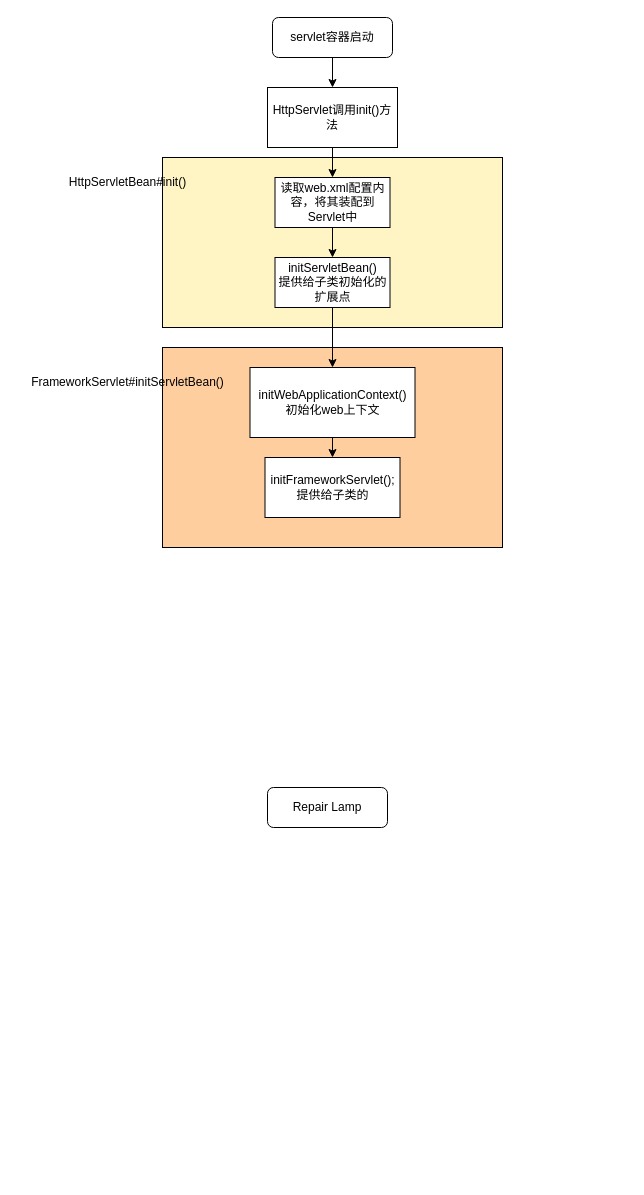
Above: SpringMVC初始化.drawio in chenxiOnEarth/diagram (draw.io), before the change. Source tidied: cells renumbered, new cells numbered last; positions are measured from the earlier drawing's top-left corner, leaving out a move shared by most shapes. Both pictures are drawn from the tidied source at 100%, with x=0, y=0 at pixel (17, 17).
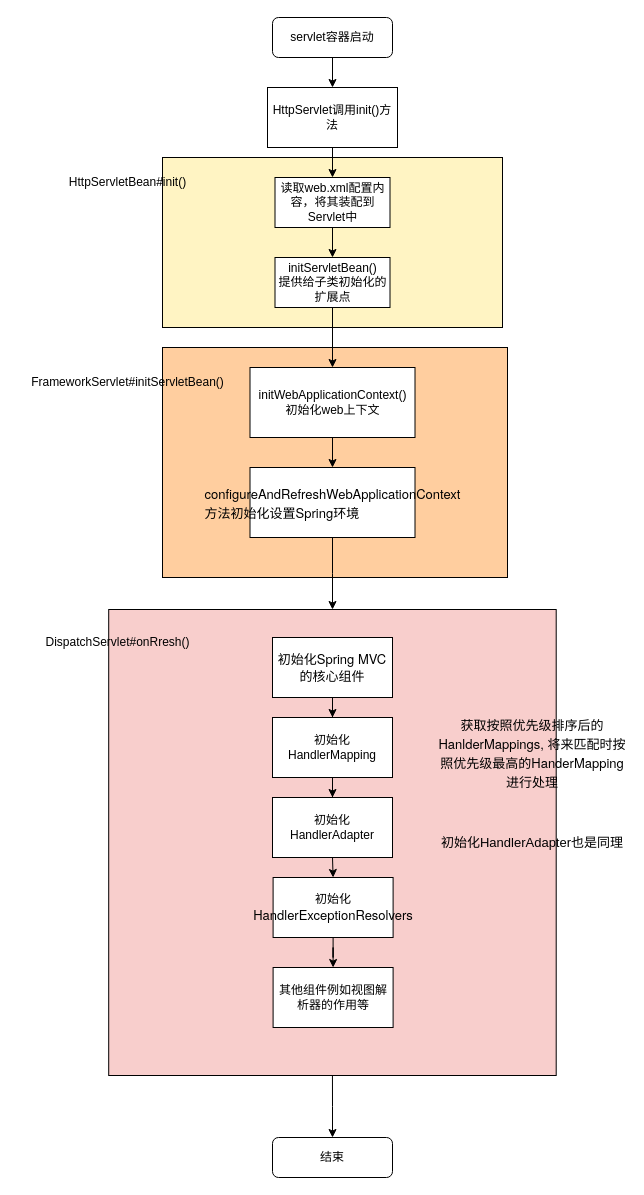
After the change.

Commit message:
更新SpringMVC初始化.drawio

Unchanged cells that the change refers to:
```xml
<mxCell id="14" value="initWebApplicationContext()&lt;div&gt;初始化web上下文&lt;/div&gt;" style="whiteSpace=wrap;html=1;rounded=0;" parent="1" vertex="1">
  <mxGeometry x="232.5" y="350" width="165" height="70" as="geometry" />
</mxCell>
```

The edit, as a diff of the source:
```diff
@@
+    <mxCell id="18" style="edgeStyle=orthogonalEdgeStyle;rounded=0;jettySize=auto;html=1;exitX=0.5;exitY=1;exitDx=0;exitDy=0;" parent="1" edge="1" source="19" target="6">
+      <mxGeometry relative="1" as="geometry" />
+    </mxCell>
+    <mxCell id="19" style="rounded=0;whiteSpace=wrap;html=1;fillColor=#F8CECC;" parent="1" vertex="1">
+      <mxGeometry x="91.2" y="592" width="447.5" height="466" as="geometry" />
+    </mxCell>
     <mxCell id="2" style="rounded=0;whiteSpace=wrap;html=1;fillColor=#FFCE9F;" parent="1" vertex="1">
-      <mxGeometry x="145" y="330" width="340" height="200" as="geometry" />
+      <mxGeometry x="145" y="330" width="345" height="230" as="geometry" />
     </mxCell>
@@
-    <mxCell id="6" value="Repair Lamp" style="rounded=1;whiteSpace=wrap;html=1;fontSize=12;glass=0;strokeWidth=1;shadow=0;" parent="1" vertex="1">
-      <mxGeometry x="250" y="770" width="120" height="40" as="geometry" />
+    <mxCell id="6" value="结束" style="rounded=1;whiteSpace=wrap;html=1;fontSize=12;glass=0;strokeWidth=1;shadow=0;" parent="1" vertex="1">
+      <mxGeometry x="255" y="1120" width="120" height="40" as="geometry" />
     </mxCell>
@@
-    <mxCell id="13" style="edgeStyle=orthogonalEdgeStyle;rounded=0;jettySize=auto;html=1;exitX=0.5;exitY=1;exitDx=0;exitDy=0;entryX=0.5;entryY=0;entryDx=0;entryDy=0;" parent="1" edge="1" source="14" target="17">
-      <mxGeometry relative="1" as="geometry" />
-    </mxCell>
+    <mxCell id="20" style="edgeStyle=orthogonalEdgeStyle;rounded=0;jettySize=auto;html=1;" parent="1" edge="1" source="14" target="22">
+      <mxGeometry relative="1" as="geometry" />
+    </mxCell>
@@
-    <mxCell id="17" value="initFrameworkServlet();&lt;div&gt;提供给子类的&lt;/div&gt;" style="whiteSpace=wrap;html=1;rounded=0;" parent="1" vertex="1">
-      <mxGeometry x="247.5" y="440" width="135" height="60" as="geometry" />
-    </mxCell>
+    <mxCell id="21" style="edgeStyle=orthogonalEdgeStyle;rounded=0;jettySize=auto;html=1;" parent="1" edge="1" source="22" target="19">
+      <mxGeometry relative="1" as="geometry" />
+    </mxCell>
+    <mxCell id="22" value="&lt;p style=&quot;margin: 0px; font-variant-numeric: normal; font-variant-east-asian: normal; font-variant-alternates: normal; font-kerning: auto; font-optical-sizing: auto; font-feature-settings: normal; font-variation-settings: normal; font-variant-position: normal; font-stretch: normal; font-size: 13px; line-height: normal; font-family: &amp;quot;Helvetica Neue&amp;quot;; text-align: start;&quot; class=&quot;p1&quot;&gt;configureAndRefreshWebApplicationContext&lt;span style=&quot;font-variant-numeric: normal; font-variant-east-asian: normal; font-variant-alternates: normal; font-kerning: auto; font-optical-sizing: auto; font-feature-settings: normal; font-variation-settings: normal; font-variant-position: normal; font-stretch: normal; line-height: normal; font-family: &amp;quot;PingFang SC&amp;quot;;&quot; class=&quot;s1&quot;&gt;方法初始化设置&lt;/span&gt;Spring&lt;span style=&quot;font-variant-numeric: normal; font-variant-east-asian: normal; font-variant-alternates: normal; font-kerning: auto; font-optical-sizing: auto; font-feature-settings: normal; font-variation-settings: normal; font-variant-position: normal; font-stretch: normal; line-height: normal; font-family: &amp;quot;PingFang SC&amp;quot;;&quot; class=&quot;s1&quot;&gt;环境&lt;/span&gt;&lt;/p&gt;" style="whiteSpace=wrap;html=1;rounded=0;" parent="1" vertex="1">
+      <mxGeometry x="232.5" y="450" width="165" height="70" as="geometry" />
+    </mxCell>
+    <mxCell id="23" value="DispatchServlet#onRresh()" style="text;html=1;align=center;verticalAlign=middle;strokeColor=none;fillColor=none;" parent="1" vertex="1">
+      <mxGeometry x="15" y="610" width="170" height="30" as="geometry" />
+    </mxCell>
+    <mxCell id="24" style="edgeStyle=orthogonalEdgeStyle;rounded=0;jettySize=auto;html=1;" parent="1" edge="1" source="25" target="27">
+      <mxGeometry relative="1" as="geometry" />
+    </mxCell>
+    <mxCell id="25" value="&lt;span style=&quot;font-family: &amp;quot;Helvetica Neue&amp;quot;; font-size: 13px; text-align: start;&quot;&gt;初始化Spring MVC的核心组件&lt;/span&gt;" style="rounded=0;whiteSpace=wrap;html=1;" parent="1" vertex="1">
+      <mxGeometry x="255" y="620" width="120" height="60" as="geometry" />
+    </mxCell>
+    <mxCell id="26" style="edgeStyle=orthogonalEdgeStyle;rounded=0;jettySize=auto;html=1;exitX=0.5;exitY=1;exitDx=0;exitDy=0;" parent="1" edge="1" source="27" target="29">
+      <mxGeometry relative="1" as="geometry" />
+    </mxCell>
+    <mxCell id="27" value="初始化HandlerMapping" style="whiteSpace=wrap;html=1;rounded=0;" parent="1" vertex="1">
+      <mxGeometry x="255" y="700" width="120" height="60" as="geometry" />
+    </mxCell>
+    <mxCell id="28" style="edgeStyle=orthogonalEdgeStyle;rounded=0;jettySize=auto;html=1;exitX=0.5;exitY=1;exitDx=0;exitDy=0;entryX=0.5;entryY=0;entryDx=0;entryDy=0;" parent="1" edge="1" source="29" target="31">
+      <mxGeometry relative="1" as="geometry" />
+    </mxCell>
+    <mxCell id="29" value="初始化HandlerAdapter" style="whiteSpace=wrap;html=1;rounded=0;" parent="1" vertex="1">
+      <mxGeometry x="255" y="780" width="120" height="60" as="geometry" />
+    </mxCell>
+    <mxCell id="30" style="edgeStyle=orthogonalEdgeStyle;rounded=0;jettySize=auto;html=1;" parent="1" edge="1" source="31" target="32">
+      <mxGeometry relative="1" as="geometry" />
+    </mxCell>
+    <mxCell id="31" value="初始化&lt;span style=&quot;font-family: &amp;quot;Helvetica Neue&amp;quot;; font-size: 13px; text-align: start; background-color: initial;&quot;&gt;HandlerExceptionResolvers&lt;/span&gt;" style="whiteSpace=wrap;html=1;rounded=0;" parent="1" vertex="1">
+      <mxGeometry x="255.6" y="860" width="120" height="60" as="geometry" />
+    </mxCell>
+    <mxCell id="32" value="其他组件例如视图解析器的作用等" style="whiteSpace=wrap;html=1;rounded=0;" parent="1" vertex="1">
+      <mxGeometry x="255.6" y="950" width="120" height="60" as="geometry" />
+    </mxCell>
+    <mxCell id="33" value="&lt;span style=&quot;font-variant-numeric: normal; font-variant-east-asian: normal; font-variant-alternates: normal; font-kerning: auto; font-optical-sizing: auto; font-feature-settings: normal; font-variation-settings: normal; font-variant-position: normal; font-stretch: normal; font-size: 13px; line-height: normal; font-family: &amp;quot;PingFang SC&amp;quot;; text-align: start;&quot; class=&quot;s1&quot;&gt;获取按照优先级排序后的&lt;/span&gt;&lt;span style=&quot;font-family: &amp;quot;Helvetica Neue&amp;quot;; font-size: 13px; text-align: start;&quot;&gt;HanlderMappings,&amp;nbsp;&lt;/span&gt;&lt;span style=&quot;font-variant-numeric: normal; font-variant-east-asian: normal; font-variant-alternates: normal; font-kerning: auto; font-optical-sizing: auto; font-feature-settings: normal; font-variation-settings: normal; font-variant-position: normal; font-stretch: normal; font-size: 13px; line-height: normal; font-family: &amp;quot;PingFang SC&amp;quot;; text-align: start;&quot; class=&quot;s1&quot;&gt;将来匹配时按照优先级最高的&lt;/span&gt;&lt;span style=&quot;font-family: &amp;quot;Helvetica Neue&amp;quot;; font-size: 13px; text-align: start;&quot;&gt;HanderMapping&lt;/span&gt;&lt;span style=&quot;font-variant-numeric: normal; font-variant-east-asian: normal; font-variant-alternates: normal; font-kerning: auto; font-optical-sizing: auto; font-feature-settings: normal; font-variation-settings: normal; font-variant-position: normal; font-stretch: normal; font-size: 13px; line-height: normal; font-family: &amp;quot;PingFang SC&amp;quot;; text-align: start;&quot; class=&quot;s1&quot;&gt;进行处理&lt;/span&gt;" style="text;html=1;align=center;verticalAlign=middle;whiteSpace=wrap;rounded=0;" parent="1" vertex="1">
+      <mxGeometry x="420" y="700" width="190" height="70" as="geometry" />
+    </mxCell>
+    <mxCell id="34" value="&lt;div style=&quot;text-align: start;&quot;&gt;&lt;span style=&quot;background-color: initial; font-size: 13px;&quot;&gt;&lt;font face=&quot;PingFang SC&quot;&gt;初始化HandlerAdapter也是同理&lt;/font&gt;&lt;/span&gt;&lt;/div&gt;" style="text;html=1;align=center;verticalAlign=middle;whiteSpace=wrap;rounded=0;" parent="1" vertex="1">
+      <mxGeometry x="420" y="790" width="190" height="70" as="geometry" />
+    </mxCell>
```
